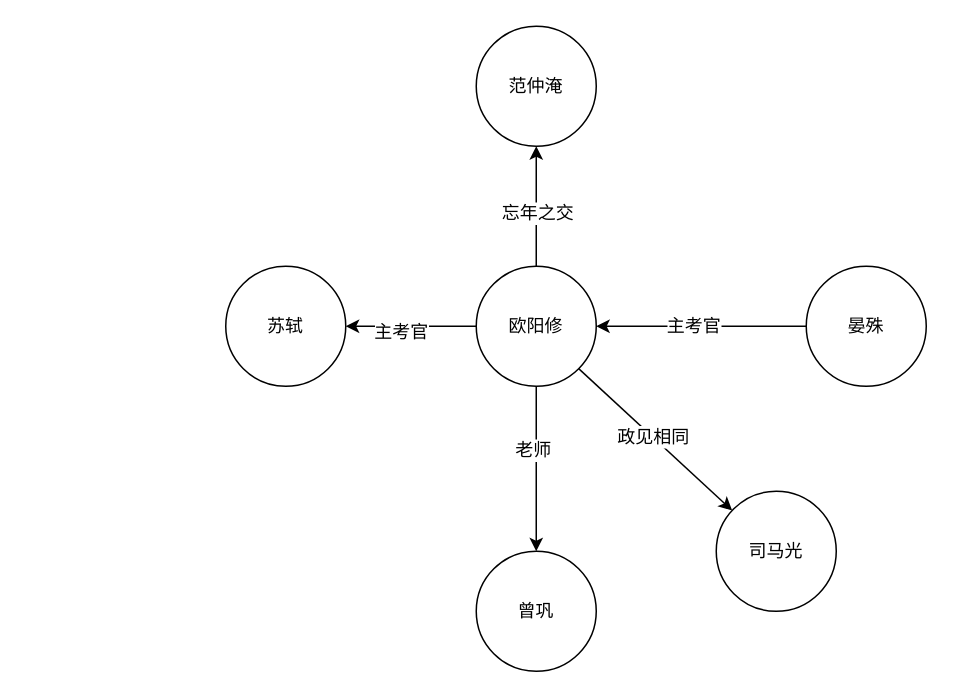
This is 唐宋八大家.drawio from yejiaming/PFD, a draw.io file, before an edit. Source tidied: cells renumbered, new cells numbered last; positions are measured from the earlier drawing's top-left corner, leaving out a move shared by most shapes. Both pictures are drawn from the tidied source at 150%, with x=0, y=0 at pixel (225, 26).
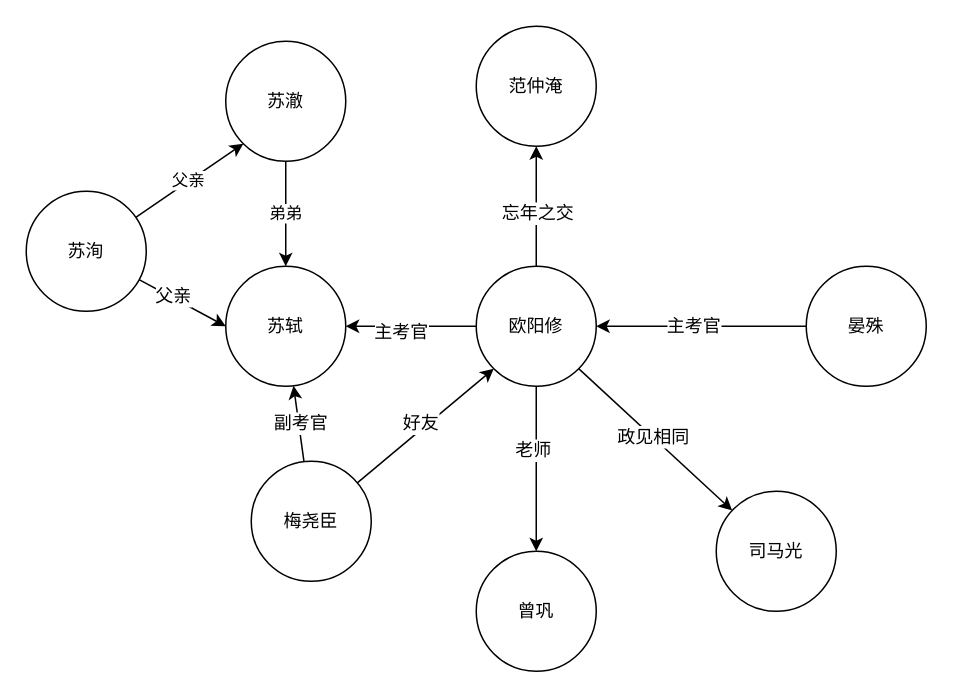
Above is the later version.

Commit message:
更新唐宋八大家.drawio

The change refers to these unchanged cells:
```xml
<mxCell id="8" value="欧阳修" style="ellipse;whiteSpace=wrap;html=1;" parent="1" vertex="1">
  <mxGeometry x="167" y="160" width="80" height="80" as="geometry" />
</mxCell>
<mxCell id="10" value="苏轼" style="ellipse;whiteSpace=wrap;html=1;" parent="1" vertex="1">
  <mxGeometry y="160" width="80" height="80" as="geometry" />
</mxCell>
```

What changed in the source:
```diff
@@
+    <mxCell id="19" style="rounded=0;jettySize=auto;html=1;entryX=0;entryY=1;entryDx=0;entryDy=0;" parent="1" edge="1" source="23" target="8">
+      <mxGeometry relative="1" as="geometry" />
+    </mxCell>
+    <mxCell id="20" value="好友" style="text;html=1;align=center;verticalAlign=middle;labelBackgroundColor=#ffffff;" parent="19" vertex="1">
+      <mxGeometry x="-0.02" y="4" relative="1" as="geometry" />
+    </mxCell>
+    <mxCell id="21" style="edgeStyle=none;rounded=0;jettySize=auto;html=1;" parent="1" edge="1" source="23" target="10">
+      <mxGeometry relative="1" as="geometry" />
+    </mxCell>
+    <mxCell id="22" value="副考官" style="text;html=1;align=center;verticalAlign=middle;labelBackgroundColor=#ffffff;" parent="21" vertex="1">
+      <mxGeometry x="0.03" y="-1" relative="1" as="geometry" />
+    </mxCell>
+    <mxCell id="23" value="梅尧臣" style="ellipse;whiteSpace=wrap;html=1;" parent="1" vertex="1">
+      <mxGeometry x="17" y="290" width="80" height="80" as="geometry" />
+    </mxCell>
+    <mxCell id="24" value="弟弟" style="edgeStyle=none;rounded=0;jettySize=auto;html=1;entryX=0.5;entryY=0;entryDx=0;entryDy=0;" parent="1" edge="1" source="25" target="10">
+      <mxGeometry relative="1" as="geometry" />
+    </mxCell>
+    <mxCell id="25" value="苏澈" style="ellipse;whiteSpace=wrap;html=1;" parent="1" vertex="1">
+      <mxGeometry y="10" width="80" height="80" as="geometry" />
+    </mxCell>
+    <mxCell id="26" style="edgeStyle=none;rounded=0;jettySize=auto;html=1;entryX=0;entryY=0.5;entryDx=0;entryDy=0;" parent="1" edge="1" source="29" target="10">
+      <mxGeometry relative="1" as="geometry" />
+    </mxCell>
+    <mxCell id="27" value="父亲" style="text;html=1;align=center;verticalAlign=middle;labelBackgroundColor=#ffffff;" parent="26" vertex="1">
+      <mxGeometry x="-0.23" y="1" relative="1" as="geometry" />
+    </mxCell>
+    <mxCell id="28" value="父亲" style="edgeStyle=none;rounded=0;jettySize=auto;html=1;entryX=0;entryY=1;entryDx=0;entryDy=0;" parent="1" edge="1" source="29" target="25">
+      <mxGeometry relative="1" as="geometry" />
+    </mxCell>
+    <mxCell id="29" value="苏洵&lt;br&gt;" style="ellipse;whiteSpace=wrap;html=1;" parent="1" vertex="1">
+      <mxGeometry x="-133" y="110" width="80" height="80" as="geometry" />
+    </mxCell>
```
